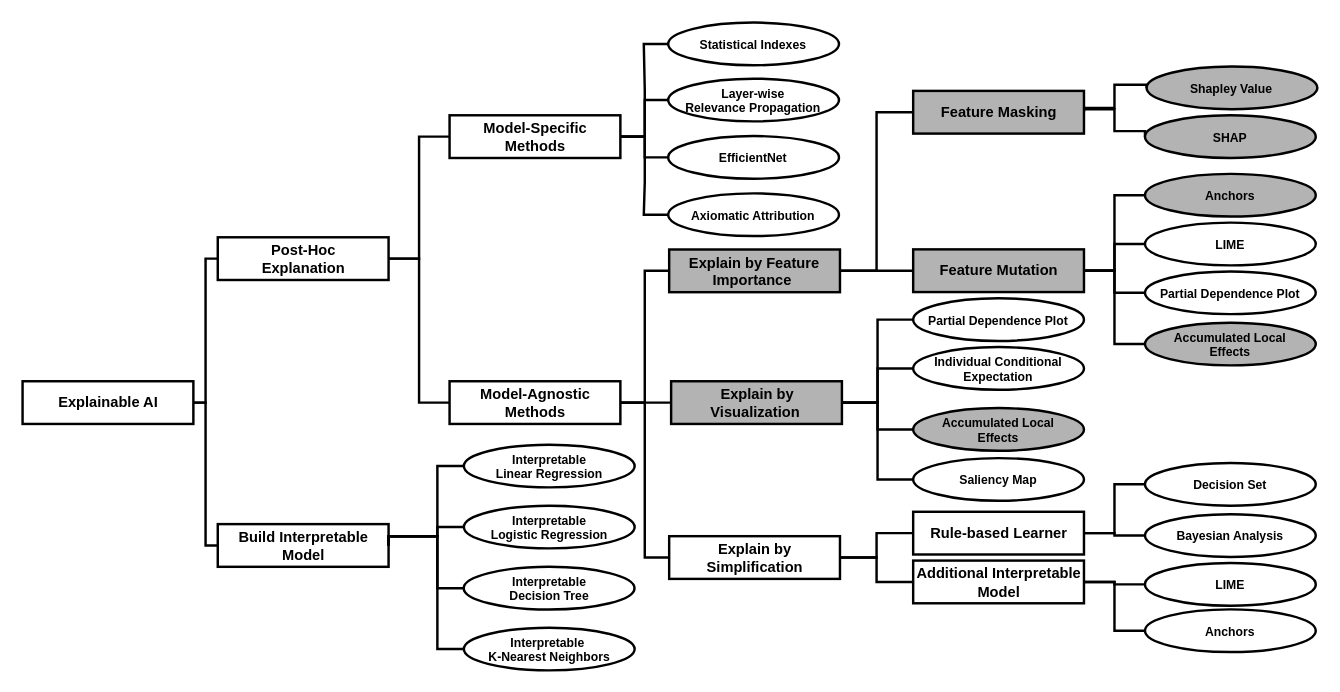
This is XAI Taxonomy Tree3 - Copy.drawio from ZeruiW/XAI-Taxonomy, a draw.io file, before an edit. Source tidied: cells renumbered, new cells numbered last; positions are measured from the earlier drawing's top-left corner, leaving out a move shared by most shapes. Both pictures are drawn from the tidied source at 122%, with x=0, y=0 at pixel (22, 22).
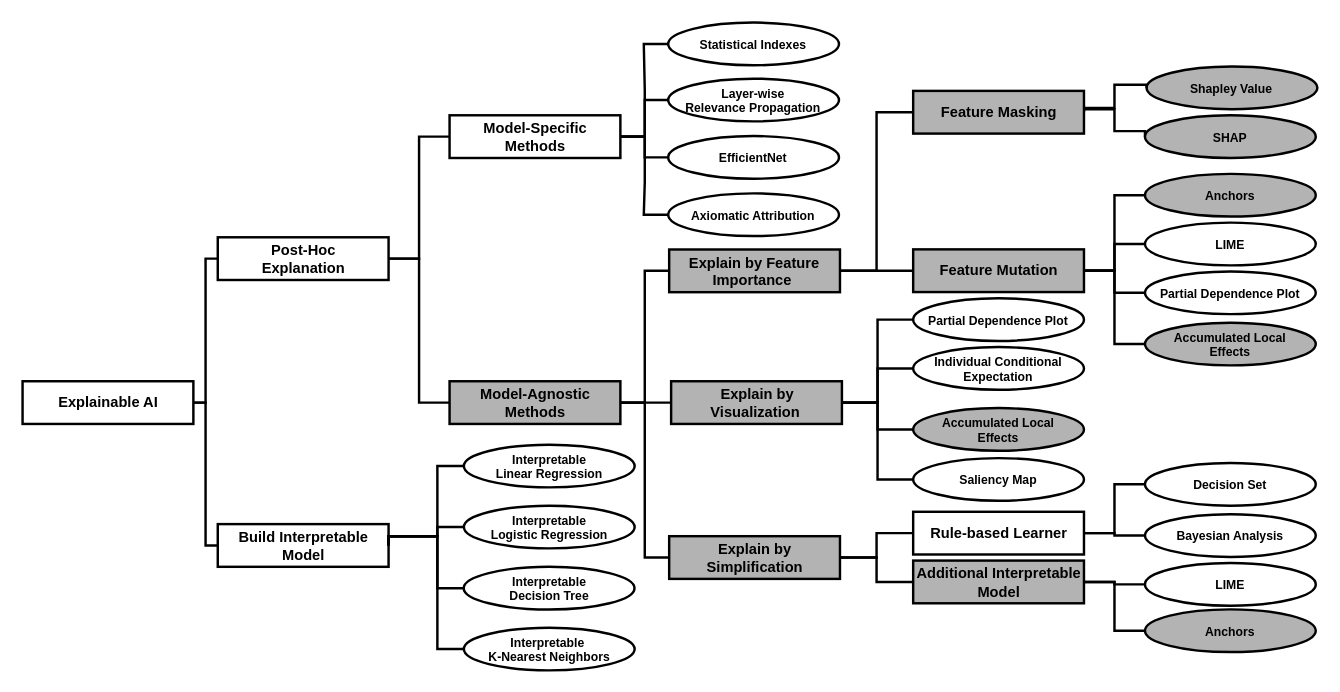
Above is the later version.

What changed in the source:
```diff
@@
-    <mxCell id="15" value="Model-Agnostic &lt;br&gt;Methods" style="rounded=0;fontSize=12;html=1;strokeColor=default;strokeWidth=2;fillColor=none;fontStyle=1;" parent="1" vertex="1">
+    <mxCell id="15" value="Model-Agnostic &lt;br&gt;Methods" style="rounded=0;fontSize=12;html=1;strokeColor=default;strokeWidth=2;fillColor=#B3B3B3;fontStyle=1;" parent="1" vertex="1">
       <mxGeometry x="350" y="294" width="140" height="35" as="geometry" />
     </mxCell>
-    <mxCell id="16" value="Explain by &lt;br&gt;Simplification" style="rounded=0;fontSize=12;html=1;strokeColor=default;strokeWidth=2;fillColor=none;fontStyle=1;" parent="1" vertex="1">
+    <mxCell id="16" value="Explain by &lt;br&gt;Simplification" style="rounded=0;fontSize=12;html=1;strokeColor=default;strokeWidth=2;fillColor=#B3B3B3;fontStyle=1;" parent="1" vertex="1">
       <mxGeometry x="530" y="421" width="140" height="35" as="geometry" />
     </mxCell>
@@
-    <mxCell id="34" value="Additional Interpretable &lt;br&gt;Model" style="rounded=0;fontSize=12;html=1;strokeColor=default;strokeWidth=2;fillColor=none;fontStyle=1;" parent="1" vertex="1">
+    <mxCell id="34" value="Additional Interpretable &lt;br&gt;Model" style="rounded=0;fontSize=12;html=1;strokeColor=default;strokeWidth=2;fillColor=#B3B3B3;fontStyle=1;" parent="1" vertex="1">
       <mxGeometry x="730" y="441" width="140" height="35" as="geometry" />
     </mxCell>
@@
-    <mxCell id="36" value="Anchors" style="ellipse;whiteSpace=wrap;html=1;fontSize=10;strokeColor=default;strokeWidth=2;fillColor=none;fontStyle=1;" parent="1" vertex="1">
+    <mxCell id="36" value="Anchors" style="ellipse;whiteSpace=wrap;html=1;fontSize=10;strokeColor=default;strokeWidth=2;fillColor=#B3B3B3;fontStyle=1;" parent="1" vertex="1">
       <mxGeometry x="920" y="481" width="140" height="35" as="geometry" />
     </mxCell>
```
